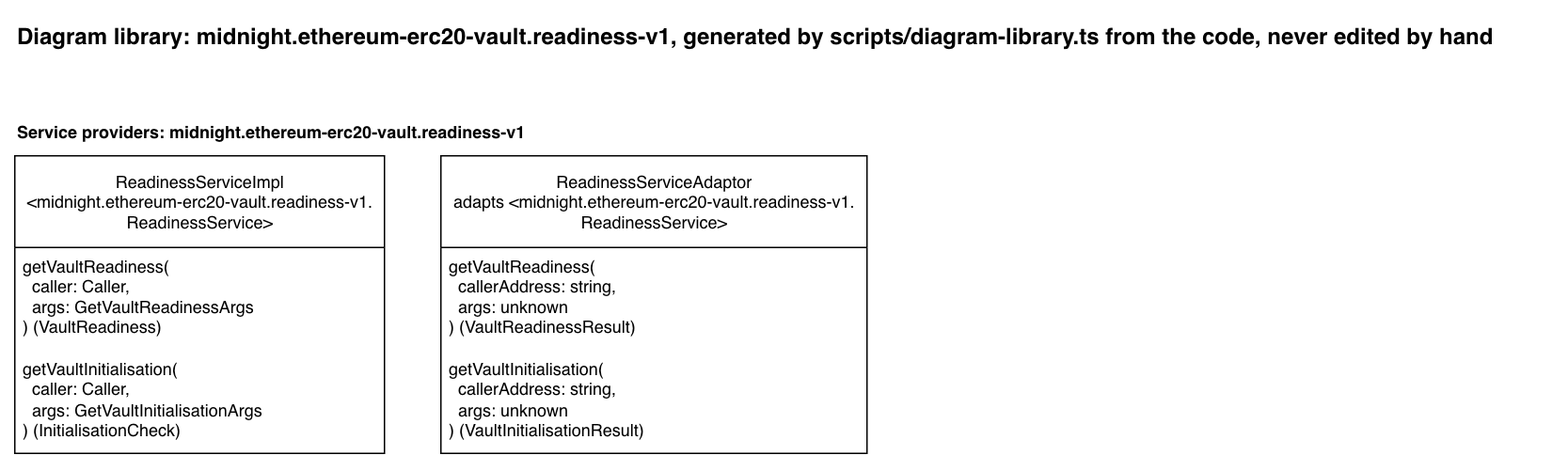
Before: docs/diagram-library/midnight/ethereum-erc20-vault/readiness-v1/diagram-library.drawio.png, a diagram exported from draw.io (sig-net/full-stack-demo). Source tidied: cells renumbered, new cells last; positions are measured from the earlier drawing's top-left corner, leaving out a move shared by most shapes.
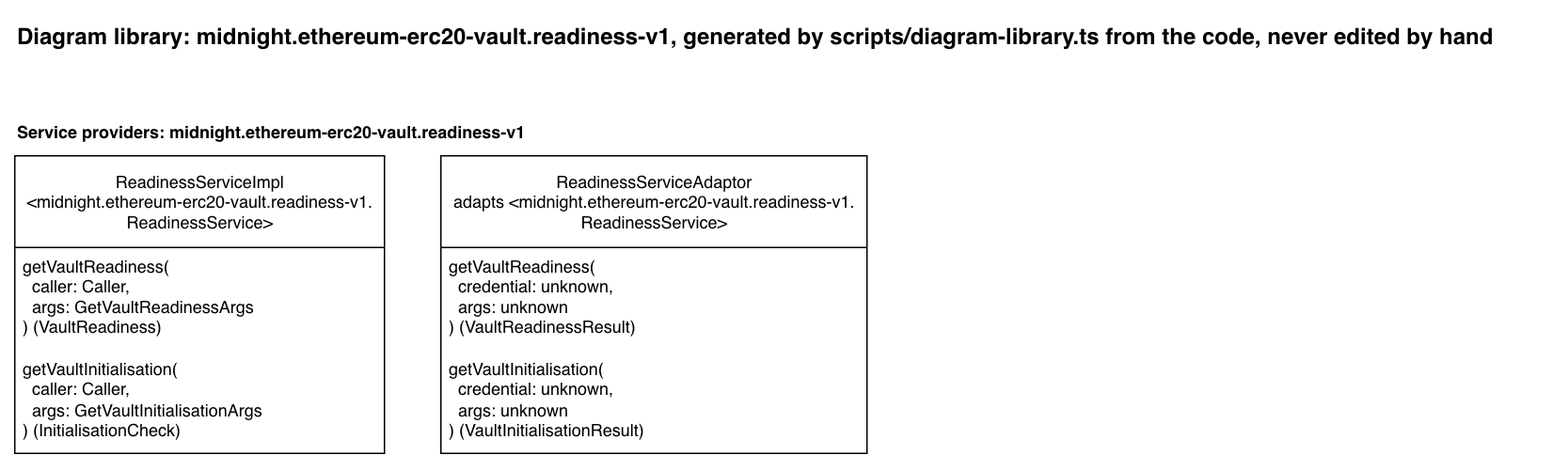
Above is the later version.

What changed in the source:
```diff
@@ -20,10 +20,10 @@
     <mxCell id="7" value="ReadinessServiceAdaptor&lt;br&gt;adapts &amp;lt;midnight.ethereum-erc20-vault.readiness-v1.&lt;br&gt;ReadinessService&amp;gt;" style="swimlane;fontStyle=0;horizontal=1;startSize=65;fillColor=default;html=1;fillStyle=solid;" parent="1" vertex="1">
       <mxGeometry x="302" y="100" width="302" height="211" as="geometry" />
     </mxCell>
-    <mxCell id="8" value="getVaultReadiness(&lt;br&gt;&amp;nbsp; callerAddress: string,&lt;br&gt;&amp;nbsp; args: unknown&lt;br&gt;) (VaultReadinessResult)" style="text;strokeColor=none;fillColor=none;align=left;verticalAlign=top;spacingLeft=4;spacingRight=4;overflow=hidden;whiteSpace=wrap;html=1;" parent="7" vertex="1">
+    <mxCell id="8" value="getVaultReadiness(&lt;br&gt;&amp;nbsp; credential: unknown,&lt;br&gt;&amp;nbsp; args: unknown&lt;br&gt;) (VaultReadinessResult)" style="text;strokeColor=none;fillColor=none;align=left;verticalAlign=top;spacingLeft=4;spacingRight=4;overflow=hidden;whiteSpace=wrap;html=1;" parent="7" vertex="1">
       <mxGeometry y="65" width="302" height="73" as="geometry" />
     </mxCell>
-    <mxCell id="9" value="getVaultInitialisation(&lt;br&gt;&amp;nbsp; callerAddress: string,&lt;br&gt;&amp;nbsp; args: unknown&lt;br&gt;) (VaultInitialisationResult)" style="text;strokeColor=none;fillColor=none;align=left;verticalAlign=top;spacingLeft=4;spacingRight=4;overflow=hidden;whiteSpace=wrap;html=1;" parent="7" vertex="1">
+    <mxCell id="9" value="getVaultInitialisation(&lt;br&gt;&amp;nbsp; credential: unknown,&lt;br&gt;&amp;nbsp; args: unknown&lt;br&gt;) (VaultInitialisationResult)" style="text;strokeColor=none;fillColor=none;align=left;verticalAlign=top;spacingLeft=4;spacingRight=4;overflow=hidden;whiteSpace=wrap;html=1;" parent="7" vertex="1">
       <mxGeometry y="138" width="302" height="73" as="geometry" />
     </mxCell>
   </root>
```
